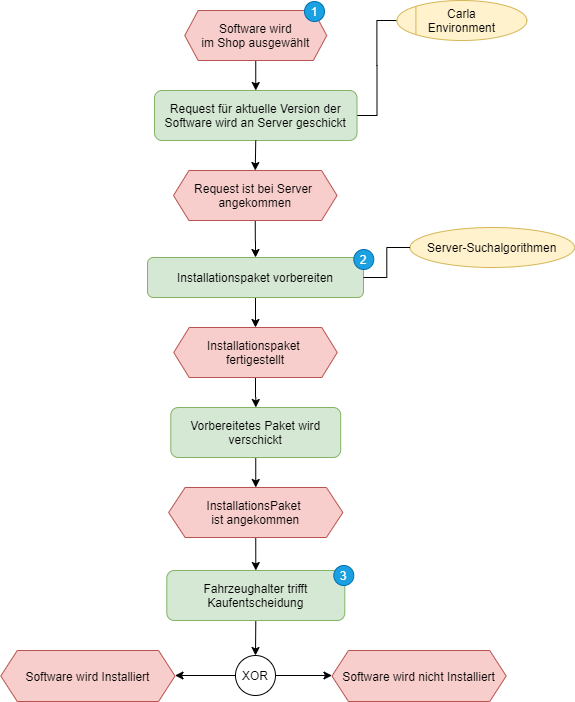
Earlier version of the draw.io export Ausarbeitung/text/pictures/konzept-Eigene-Installation.png (hesty98/bachelorthesis). Source tidied: cells renumbered, new cells last; positions are measured from the earlier drawing's top-left corner, leaving out a move shared by most shapes. Source of this version:
```xml
<mxGraphModel>
  <root>
    <mxCell id="0" />
    <mxCell id="1" parent="0" />
    <mxCell id="2" style="edgeStyle=orthogonalEdgeStyle;rounded=0;jettySize=auto;exitX=0.5;exitY=1;exitDx=0;exitDy=0;entryX=0.5;entryY=0;entryDx=0;entryDy=0;startArrow=none;startFill=0;endArrow=classic;endFill=1;strokeColor=#000000;" parent="1" edge="1" source="3" target="5">
      <mxGeometry relative="1" as="geometry" />
    </mxCell>
    <mxCell id="3" value="Software wird &#10;im Shop ausgewählt" style="shape=hexagon;perimeter=hexagonPerimeter;rounded=0;size=0.09458588788853817;fillColor=#f8cecc;strokeColor=#b85450;" parent="1" vertex="1">
      <mxGeometry x="184.2" y="10" width="142" height="50" as="geometry" />
    </mxCell>
    <mxCell id="4" style="edgeStyle=orthogonalEdgeStyle;rounded=0;jettySize=auto;exitX=1;exitY=0.5;exitDx=0;exitDy=0;entryX=0;entryY=0.5;entryDx=0;entryDy=0;endArrow=none;endFill=0;" parent="1" edge="1" source="5" target="6">
      <mxGeometry relative="1" as="geometry" />
    </mxCell>
    <mxCell id="5" value="Request für aktuelle Version der&#10;Software wird an Server geschickt" style="shape=ext;rounded=1;fillColor=#d5e8d4;strokeColor=#82b366;" parent="1" vertex="1">
      <mxGeometry x="154" y="90" width="202.5" height="50" as="geometry" />
    </mxCell>
    <mxCell id="6" value="Carla &#10;Environment" style="ellipse;align=center;fillColor=#fff2cc;strokeColor=#d6b656;" parent="1" vertex="1">
      <mxGeometry x="396.4" width="130" height="40" as="geometry" />
    </mxCell>
    <mxCell id="7" style="endArrow=none;entryX=0;entryY=0;entryDx=0;entryDy=0;exitX=0;exitY=1;exitDx=0;exitDy=0;strokeColor=#D6B656;" parent="1" edge="1" source="6" target="6">
      <mxGeometry relative="1" as="geometry" />
    </mxCell>
    <mxCell id="8" style="edgeStyle=orthogonalEdgeStyle;rounded=0;jettySize=auto;html=1;exitX=0.5;exitY=1;exitDx=0;exitDy=0;strokeColor=#000000;strokeWidth=1;fillColor=#ffffff;" parent="1" edge="1" source="9" target="17">
      <mxGeometry relative="1" as="geometry" />
    </mxCell>
    <mxCell id="9" value="Request ist bei Server &#10;angekommen" style="shape=hexagon;perimeter=hexagonPerimeter;rounded=0;size=0.09458588788853817;fillColor=#f8cecc;strokeColor=#b85450;" parent="1" vertex="1">
      <mxGeometry x="173" y="170" width="163.5" height="50" as="geometry" />
    </mxCell>
    <mxCell id="10" style="edgeStyle=orthogonalEdgeStyle;rounded=0;jettySize=auto;exitX=0.5;exitY=1;exitDx=0;exitDy=0;entryX=0.5;entryY=0;entryDx=0;entryDy=0;startArrow=none;startFill=0;endArrow=classic;endFill=1;strokeColor=#000000;" parent="1" edge="1" source="11" target="13">
      <mxGeometry relative="1" as="geometry" />
    </mxCell>
    <mxCell id="11" value="Vorbereitetes Paket wird&#10;verschickt" style="shape=ext;rounded=1;fillColor=#d5e8d4;strokeColor=#82b366;" parent="1" vertex="1">
      <mxGeometry x="170.3" y="407" width="169.9" height="50" as="geometry" />
    </mxCell>
    <mxCell id="12" style="edgeStyle=orthogonalEdgeStyle;rounded=0;jettySize=auto;html=1;exitX=0.5;exitY=1;exitDx=0;exitDy=0;strokeColor=#000000;strokeWidth=1;fillColor=#ffffff;entryX=0.5;entryY=0;entryDx=0;entryDy=0;" parent="1" edge="1" source="13" target="15">
      <mxGeometry relative="1" as="geometry" />
    </mxCell>
    <mxCell id="13" value="InstallationsPaket &#10;ist angekommen" style="shape=hexagon;perimeter=hexagonPerimeter;rounded=0;size=0.09458588788853817;fillColor=#f8cecc;strokeColor=#b85450;" parent="1" vertex="1">
      <mxGeometry x="168.1" y="487" width="174.2" height="50" as="geometry" />
    </mxCell>
    <mxCell id="14" style="edgeStyle=orthogonalEdgeStyle;rounded=0;jettySize=auto;html=1;exitX=0.5;exitY=1;exitDx=0;exitDy=0;entryX=0.5;entryY=0;entryDx=0;entryDy=0;strokeColor=#000000;strokeWidth=1;fillColor=#ffffff;" parent="1" edge="1" source="15" target="26">
      <mxGeometry relative="1" as="geometry" />
    </mxCell>
    <mxCell id="15" value="Fahrzeughalter trifft&#10;Kaufentscheidung" style="shape=ext;rounded=1;fillColor=#d5e8d4;strokeColor=#82b366;" parent="1" vertex="1">
      <mxGeometry x="166.3" y="570" width="178" height="50" as="geometry" />
    </mxCell>
    <mxCell id="16" style="edgeStyle=orthogonalEdgeStyle;rounded=0;jettySize=auto;html=1;exitX=0.5;exitY=1;exitDx=0;exitDy=0;entryX=0.5;entryY=0;entryDx=0;entryDy=0;strokeColor=#000000;strokeWidth=1;fillColor=#ffffff;" parent="1" edge="1" source="17" target="19">
      <mxGeometry relative="1" as="geometry" />
    </mxCell>
    <mxCell id="17" value="Installationspaket vorbereiten" style="shape=ext;rounded=1;fillColor=#d5e8d4;strokeColor=#82b366;" parent="1" vertex="1">
      <mxGeometry x="147" y="257" width="216" height="40" as="geometry" />
    </mxCell>
    <mxCell id="18" style="edgeStyle=orthogonalEdgeStyle;rounded=0;jettySize=auto;exitX=0.5;exitY=1;exitDx=0;exitDy=0;startArrow=none;startFill=0;endArrow=classic;endFill=1;strokeColor=#000000;" parent="1" edge="1" source="19" target="11">
      <mxGeometry relative="1" as="geometry" />
    </mxCell>
    <mxCell id="19" value="Installationspaket &#10;fertigestellt" style="shape=hexagon;perimeter=hexagonPerimeter;rounded=0;size=0.09458588788853817;fillColor=#f8cecc;strokeColor=#b85450;" parent="1" vertex="1">
      <mxGeometry x="173.2" y="327" width="163.5" height="50" as="geometry" />
    </mxCell>
    <mxCell id="20" value="Software wird Installiert" style="shape=hexagon;perimeter=hexagonPerimeter;rounded=0;size=0.09458588788853817;fillColor=#f8cecc;strokeColor=#b85450;" parent="1" vertex="1">
      <mxGeometry x="0.3" y="650" width="174.2" height="51" as="geometry" />
    </mxCell>
    <mxCell id="21" style="edgeStyle=orthogonalEdgeStyle;rounded=0;jettySize=auto;exitX=0.5;exitY=1;exitDx=0;exitDy=0;startArrow=none;startFill=0;endArrow=classic;endFill=1;strokeColor=#000000;entryX=0.5;entryY=0;entryDx=0;entryDy=0;" parent="1" edge="1" source="5" target="9">
      <mxGeometry relative="1" as="geometry" />
    </mxCell>
    <mxCell id="22" value="Server-Suchalgorithmen" style="ellipse;align=center;fillColor=#fff2cc;strokeColor=#d6b656;" parent="1" vertex="1">
      <mxGeometry x="409.5" y="227" width="164.5" height="40" as="geometry" />
    </mxCell>
    <mxCell id="23" style="edgeStyle=orthogonalEdgeStyle;rounded=0;jettySize=auto;exitX=1;exitY=0.5;exitDx=0;exitDy=0;entryX=0;entryY=0.5;entryDx=0;entryDy=0;endArrow=none;endFill=0;" parent="1" edge="1" source="17" target="22">
      <mxGeometry relative="1" as="geometry" />
    </mxCell>
    <mxCell id="24" style="edgeStyle=orthogonalEdgeStyle;rounded=0;jettySize=auto;html=1;exitX=0;exitY=0.5;exitDx=0;exitDy=0;entryX=1;entryY=0.5;entryDx=0;entryDy=0;strokeWidth=1;strokeColor=#000000;" parent="1" edge="1" source="26" target="20">
      <mxGeometry relative="1" as="geometry" />
    </mxCell>
    <mxCell id="25" style="edgeStyle=orthogonalEdgeStyle;rounded=0;jettySize=auto;html=1;exitX=1;exitY=0.5;exitDx=0;exitDy=0;entryX=0;entryY=0.5;entryDx=0;entryDy=0;strokeColor=#000000;strokeWidth=1;fillColor=#ffffff;" parent="1" edge="1" source="26" target="27">
      <mxGeometry relative="1" as="geometry" />
    </mxCell>
    <mxCell id="26" value="XOR" style="ellipse;" parent="1" vertex="1">
      <mxGeometry x="235" y="655" width="40" height="40" as="geometry" />
    </mxCell>
    <mxCell id="27" value="Software wird nicht Installiert" style="shape=hexagon;perimeter=hexagonPerimeter;rounded=0;size=0.09458588788853817;fillColor=#f8cecc;strokeColor=#b85450;" parent="1" vertex="1">
      <mxGeometry x="331.5" y="650" width="174.2" height="51" as="geometry" />
    </mxCell>
    <mxCell id="28" value="1" style="ellipse;whiteSpace=wrap;html=1;fillColor=#1ba1e2;strokeColor=#006EAF;fontColor=#ffffff;" parent="1" vertex="1">
      <mxGeometry x="304" y="1" width="20" height="20" as="geometry" />
    </mxCell>
    <mxCell id="29" value="2" style="ellipse;whiteSpace=wrap;html=1;fillColor=#1ba1e2;strokeColor=#006EAF;fontColor=#ffffff;" parent="1" vertex="1">
      <mxGeometry x="353.3" y="249" width="20" height="20" as="geometry" />
    </mxCell>
    <mxCell id="30" value="3" style="ellipse;whiteSpace=wrap;html=1;fillColor=#1ba1e2;strokeColor=#006EAF;fontColor=#ffffff;" parent="1" vertex="1">
      <mxGeometry x="333.3" y="565" width="20" height="20" as="geometry" />
    </mxCell>
  </root>
</mxGraphModel>
```
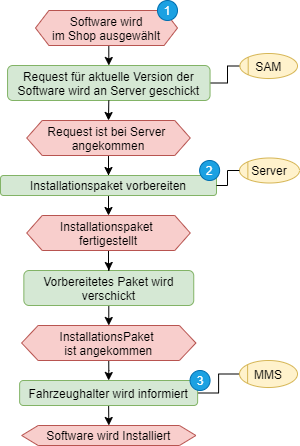
The same diagram one commit later.

Change to the diagram source:
```diff
@@ -6,16 +6,22 @@
       <mxGeometry relative="1" as="geometry" />
     </mxCell>
     <mxCell id="3" value="Software wird &#10;im Shop ausgewählt" style="shape=hexagon;perimeter=hexagonPerimeter;rounded=0;size=0.09458588788853817;fillColor=#f8cecc;strokeColor=#b85450;" parent="1" vertex="1">
-      <mxGeometry x="184.2" y="10" width="142" height="50" as="geometry" />
+      <mxGeometry x="182" y="20" width="142" height="35" as="geometry" />
     </mxCell>
     <mxCell id="4" style="edgeStyle=orthogonalEdgeStyle;rounded=0;jettySize=auto;exitX=1;exitY=0.5;exitDx=0;exitDy=0;entryX=0;entryY=0.5;entryDx=0;entryDy=0;endArrow=none;endFill=0;" parent="1" edge="1" source="5" target="6">
-      <mxGeometry relative="1" as="geometry" />
+      <mxGeometry relative="1" as="geometry">
+        <Array as="points">
+          <mxPoint x="374" y="93" />
+          <mxPoint x="374" y="76" />
+          <mxPoint x="386" y="76" />
+        </Array>
+      </mxGeometry>
     </mxCell>
     <mxCell id="5" value="Request für aktuelle Version der&#10;Software wird an Server geschickt" style="shape=ext;rounded=1;fillColor=#d5e8d4;strokeColor=#82b366;" parent="1" vertex="1">
-      <mxGeometry x="154" y="90" width="202.5" height="50" as="geometry" />
+      <mxGeometry x="154.1" y="75" width="202.5" height="35" as="geometry" />
     </mxCell>
-    <mxCell id="6" value="Carla &#10;Environment" style="ellipse;align=center;fillColor=#fff2cc;strokeColor=#d6b656;" parent="1" vertex="1">
-      <mxGeometry x="396.4" width="130" height="40" as="geometry" />
+    <mxCell id="6" value="SAM" style="ellipse;align=center;fillColor=#fff2cc;strokeColor=#d6b656;" parent="1" vertex="1">
+      <mxGeometry x="386.4" y="63" width="57.6" height="25" as="geometry" />
     </mxCell>
     <mxCell id="7" style="endArrow=none;entryX=0;entryY=0;entryDx=0;entryDy=0;exitX=0;exitY=1;exitDx=0;exitDy=0;strokeColor=#D6B656;" parent="1" edge="1" source="6" target="6">
       <mxGeometry relative="1" as="geometry" />
@@ -24,70 +30,80 @@
       <mxGeometry relative="1" as="geometry" />
     </mxCell>
     <mxCell id="9" value="Request ist bei Server &#10;angekommen" style="shape=hexagon;perimeter=hexagonPerimeter;rounded=0;size=0.09458588788853817;fillColor=#f8cecc;strokeColor=#b85450;" parent="1" vertex="1">
-      <mxGeometry x="173" y="170" width="163.5" height="50" as="geometry" />
+      <mxGeometry x="173.2" y="130" width="163.5" height="35" as="geometry" />
     </mxCell>
     <mxCell id="10" style="edgeStyle=orthogonalEdgeStyle;rounded=0;jettySize=auto;exitX=0.5;exitY=1;exitDx=0;exitDy=0;entryX=0.5;entryY=0;entryDx=0;entryDy=0;startArrow=none;startFill=0;endArrow=classic;endFill=1;strokeColor=#000000;" parent="1" edge="1" source="11" target="13">
       <mxGeometry relative="1" as="geometry" />
     </mxCell>
     <mxCell id="11" value="Vorbereitetes Paket wird&#10;verschickt" style="shape=ext;rounded=1;fillColor=#d5e8d4;strokeColor=#82b366;" parent="1" vertex="1">
-      <mxGeometry x="170.3" y="407" width="169.9" height="50" as="geometry" />
+      <mxGeometry x="170.3" y="280" width="169.9" height="35" as="geometry" />
     </mxCell>
     <mxCell id="12" style="edgeStyle=orthogonalEdgeStyle;rounded=0;jettySize=auto;html=1;exitX=0.5;exitY=1;exitDx=0;exitDy=0;strokeColor=#000000;strokeWidth=1;fillColor=#ffffff;entryX=0.5;entryY=0;entryDx=0;entryDy=0;" parent="1" edge="1" source="13" target="15">
-      <mxGeometry relative="1" as="geometry" />
+      <mxGeometry relative="1" as="geometry">
+        <Array as="points">
+          <mxPoint x="255" y="380" />
+          <mxPoint x="256" y="380" />
+        </Array>
+      </mxGeometry>
     </mxCell>
     <mxCell id="13" value="InstallationsPaket &#10;ist angekommen" style="shape=hexagon;perimeter=hexagonPerimeter;rounded=0;size=0.09458588788853817;fillColor=#f8cecc;strokeColor=#b85450;" parent="1" vertex="1">
-      <mxGeometry x="168.1" y="487" width="174.2" height="50" as="geometry" />
+      <mxGeometry x="168.1" y="335" width="174.2" height="35" as="geometry" />
     </mxCell>
-    <mxCell id="14" style="edgeStyle=orthogonalEdgeStyle;rounded=0;jettySize=auto;html=1;exitX=0.5;exitY=1;exitDx=0;exitDy=0;entryX=0.5;entryY=0;entryDx=0;entryDy=0;strokeColor=#000000;strokeWidth=1;fillColor=#ffffff;" parent="1" edge="1" source="15" target="26">
+    <mxCell id="14" style="edgeStyle=orthogonalEdgeStyle;rounded=0;jettySize=auto;html=1;exitX=0.5;exitY=1;exitDx=0;exitDy=0;entryX=0.5;entryY=0;entryDx=0;entryDy=0;strokeColor=#000000;strokeWidth=1;fillColor=#ffffff;" parent="1" edge="1" source="15" target="20">
       <mxGeometry relative="1" as="geometry" />
     </mxCell>
+    <mxCell id="31" style="edgeStyle=orthogonalEdgeStyle;rounded=0;jettySize=auto;html=1;exitX=1;exitY=0.5;exitDx=0;exitDy=0;entryX=0;entryY=0.5;entryDx=0;entryDy=0;endArrow=none;endFill=0;" parent="1" edge="1" source="15" target="32">
+      <mxGeometry relative="1" as="geometry" />
+    </mxCell>
-    <mxCell id="15" value="Fahrzeughalter trifft&#10;Kaufentscheidung" style="shape=ext;rounded=1;fillColor=#d5e8d4;strokeColor=#82b366;" parent="1" vertex="1">
-      <mxGeometry x="166.3" y="570" width="178" height="50" as="geometry" />
+    <mxCell id="15" value="Fahrzeughalter wird informiert" style="shape=ext;rounded=1;fillColor=#d5e8d4;strokeColor=#82b366;" parent="1" vertex="1">
+      <mxGeometry x="166.1" y="390" width="178" height="25" as="geometry" />
     </mxCell>
     <mxCell id="16" style="edgeStyle=orthogonalEdgeStyle;rounded=0;jettySize=auto;html=1;exitX=0.5;exitY=1;exitDx=0;exitDy=0;entryX=0.5;entryY=0;entryDx=0;entryDy=0;strokeColor=#000000;strokeWidth=1;fillColor=#ffffff;" parent="1" edge="1" source="17" target="19">
       <mxGeometry relative="1" as="geometry" />
     </mxCell>
     <mxCell id="17" value="Installationspaket vorbereiten" style="shape=ext;rounded=1;fillColor=#d5e8d4;strokeColor=#82b366;" parent="1" vertex="1">
-      <mxGeometry x="147" y="257" width="216" height="40" as="geometry" />
+      <mxGeometry x="147" y="185" width="216" height="20" as="geometry" />
     </mxCell>
     <mxCell id="18" style="edgeStyle=orthogonalEdgeStyle;rounded=0;jettySize=auto;exitX=0.5;exitY=1;exitDx=0;exitDy=0;startArrow=none;startFill=0;endArrow=classic;endFill=1;strokeColor=#000000;" parent="1" edge="1" source="19" target="11">
       <mxGeometry relative="1" as="geometry" />
     </mxCell>
     <mxCell id="19" value="Installationspaket &#10;fertigestellt" style="shape=hexagon;perimeter=hexagonPerimeter;rounded=0;size=0.09458588788853817;fillColor=#f8cecc;strokeColor=#b85450;" parent="1" vertex="1">
-      <mxGeometry x="173.2" y="327" width="163.5" height="50" as="geometry" />
+      <mxGeometry x="173.2" y="225" width="163.5" height="35" as="geometry" />
     </mxCell>
     <mxCell id="20" value="Software wird Installiert" style="shape=hexagon;perimeter=hexagonPerimeter;rounded=0;size=0.09458588788853817;fillColor=#f8cecc;strokeColor=#b85450;" parent="1" vertex="1">
-      <mxGeometry x="0.3" y="650" width="174.2" height="51" as="geometry" />
+      <mxGeometry x="168.2" y="435" width="174.2" height="20" as="geometry" />
     </mxCell>
     <mxCell id="21" style="edgeStyle=orthogonalEdgeStyle;rounded=0;jettySize=auto;exitX=0.5;exitY=1;exitDx=0;exitDy=0;startArrow=none;startFill=0;endArrow=classic;endFill=1;strokeColor=#000000;entryX=0.5;entryY=0;entryDx=0;entryDy=0;" parent="1" edge="1" source="5" target="9">
       <mxGeometry relative="1" as="geometry" />
     </mxCell>
-    <mxCell id="22" value="Server-Suchalgorithmen" style="ellipse;align=center;fillColor=#fff2cc;strokeColor=#d6b656;" parent="1" vertex="1">
-      <mxGeometry x="409.5" y="227" width="164.5" height="40" as="geometry" />
+    <mxCell id="22" value="Server" style="ellipse;align=center;fillColor=#fff2cc;strokeColor=#d6b656;" parent="1" vertex="1">
+      <mxGeometry x="386" y="167.5" width="60" height="25" as="geometry" />
     </mxCell>
     <mxCell id="23" style="edgeStyle=orthogonalEdgeStyle;rounded=0;jettySize=auto;exitX=1;exitY=0.5;exitDx=0;exitDy=0;entryX=0;entryY=0.5;entryDx=0;entryDy=0;endArrow=none;endFill=0;" parent="1" edge="1" source="17" target="22">
-      <mxGeometry relative="1" as="geometry" />
+      <mxGeometry relative="1" as="geometry">
+        <Array as="points">
+          <mxPoint x="374" y="195" />
+          <mxPoint x="374" y="180" />
+        </Array>
+      </mxGeometry>
     </mxCell>
-    <mxCell id="24" style="edgeStyle=orthogonalEdgeStyle;rounded=0;jettySize=auto;html=1;exitX=0;exitY=0.5;exitDx=0;exitDy=0;entryX=1;entryY=0.5;entryDx=0;entryDy=0;strokeWidth=1;strokeColor=#000000;" parent="1" edge="1" source="26" target="20">
-      <mxGeometry relative="1" as="geometry" />
-    </mxCell>
-    <mxCell id="25" style="edgeStyle=orthogonalEdgeStyle;rounded=0;jettySize=auto;html=1;exitX=1;exitY=0.5;exitDx=0;exitDy=0;entryX=0;entryY=0.5;entryDx=0;entryDy=0;strokeColor=#000000;strokeWidth=1;fillColor=#ffffff;" parent="1" edge="1" source="26" target="27">
-      <mxGeometry relative="1" as="geometry" />
-    </mxCell>
-    <mxCell id="26" value="XOR" style="ellipse;" parent="1" vertex="1">
-      <mxGeometry x="235" y="655" width="40" height="40" as="geometry" />
-    </mxCell>
-    <mxCell id="27" value="Software wird nicht Installiert" style="shape=hexagon;perimeter=hexagonPerimeter;rounded=0;size=0.09458588788853817;fillColor=#f8cecc;strokeColor=#b85450;" parent="1" vertex="1">
-      <mxGeometry x="331.5" y="650" width="174.2" height="51" as="geometry" />
-    </mxCell>
     <mxCell id="28" value="1" style="ellipse;whiteSpace=wrap;html=1;fillColor=#1ba1e2;strokeColor=#006EAF;fontColor=#ffffff;" parent="1" vertex="1">
-      <mxGeometry x="304" y="1" width="20" height="20" as="geometry" />
+      <mxGeometry x="304" y="10" width="20" height="20" as="geometry" />
     </mxCell>
     <mxCell id="29" value="2" style="ellipse;whiteSpace=wrap;html=1;fillColor=#1ba1e2;strokeColor=#006EAF;fontColor=#ffffff;" parent="1" vertex="1">
-      <mxGeometry x="353.3" y="249" width="20" height="20" as="geometry" />
+      <mxGeometry x="346.1" y="170" width="20" height="20" as="geometry" />
     </mxCell>
     <mxCell id="30" value="3" style="ellipse;whiteSpace=wrap;html=1;fillColor=#1ba1e2;strokeColor=#006EAF;fontColor=#ffffff;" parent="1" vertex="1">
-      <mxGeometry x="333.3" y="565" width="20" height="20" as="geometry" />
+      <mxGeometry x="336.6" y="380" width="20" height="20" as="geometry" />
     </mxCell>
+    <mxCell id="32" value="MMS" style="ellipse;align=center;fillColor=#fff2cc;strokeColor=#d6b656;" parent="1" vertex="1">
+      <mxGeometry x="386" y="370" width="58" height="27" as="geometry" />
+    </mxCell>
+    <mxCell id="33" style="endArrow=none;entryX=0;entryY=0;entryDx=0;entryDy=0;strokeColor=#D6B656;exitX=0;exitY=1;exitDx=0;exitDy=0;" parent="1" edge="1" source="22" target="22">
+      <mxGeometry relative="1" as="geometry" />
+    </mxCell>
+    <mxCell id="34" style="endArrow=none;entryX=0;entryY=0;entryDx=0;entryDy=0;exitX=0;exitY=1;exitDx=0;exitDy=0;strokeColor=#D6B656;" parent="1" edge="1" source="32" target="32">
+      <mxGeometry relative="1" as="geometry" />
+    </mxCell>
   </root>
 </mxGraphModel>
```
